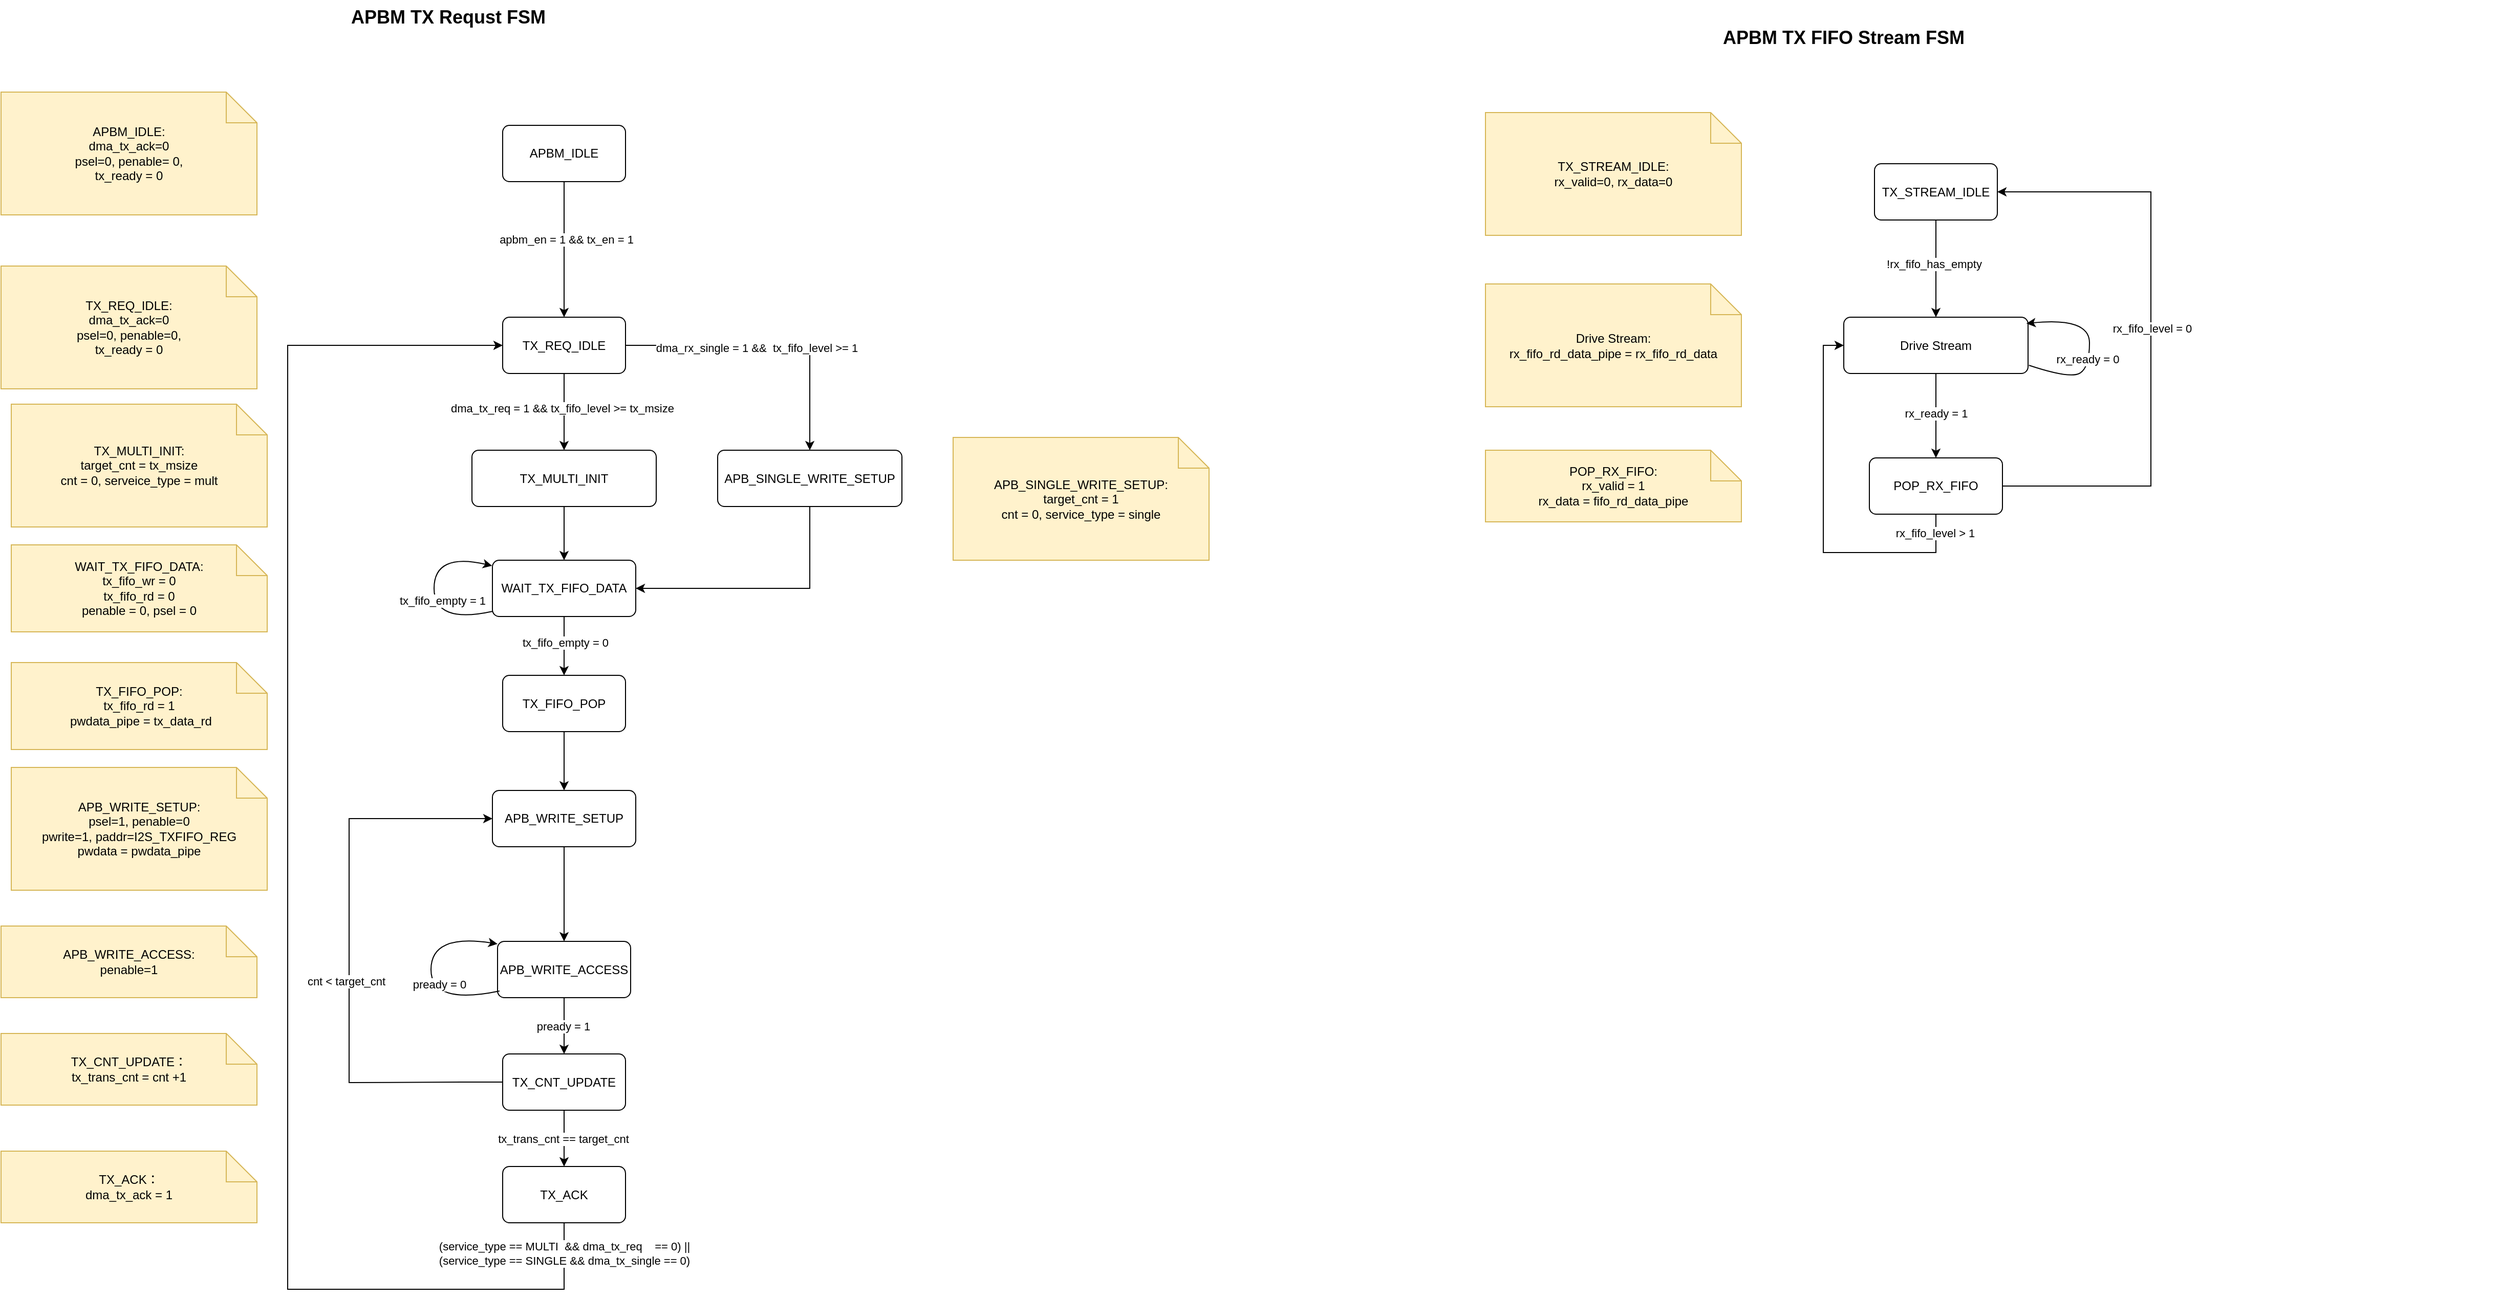
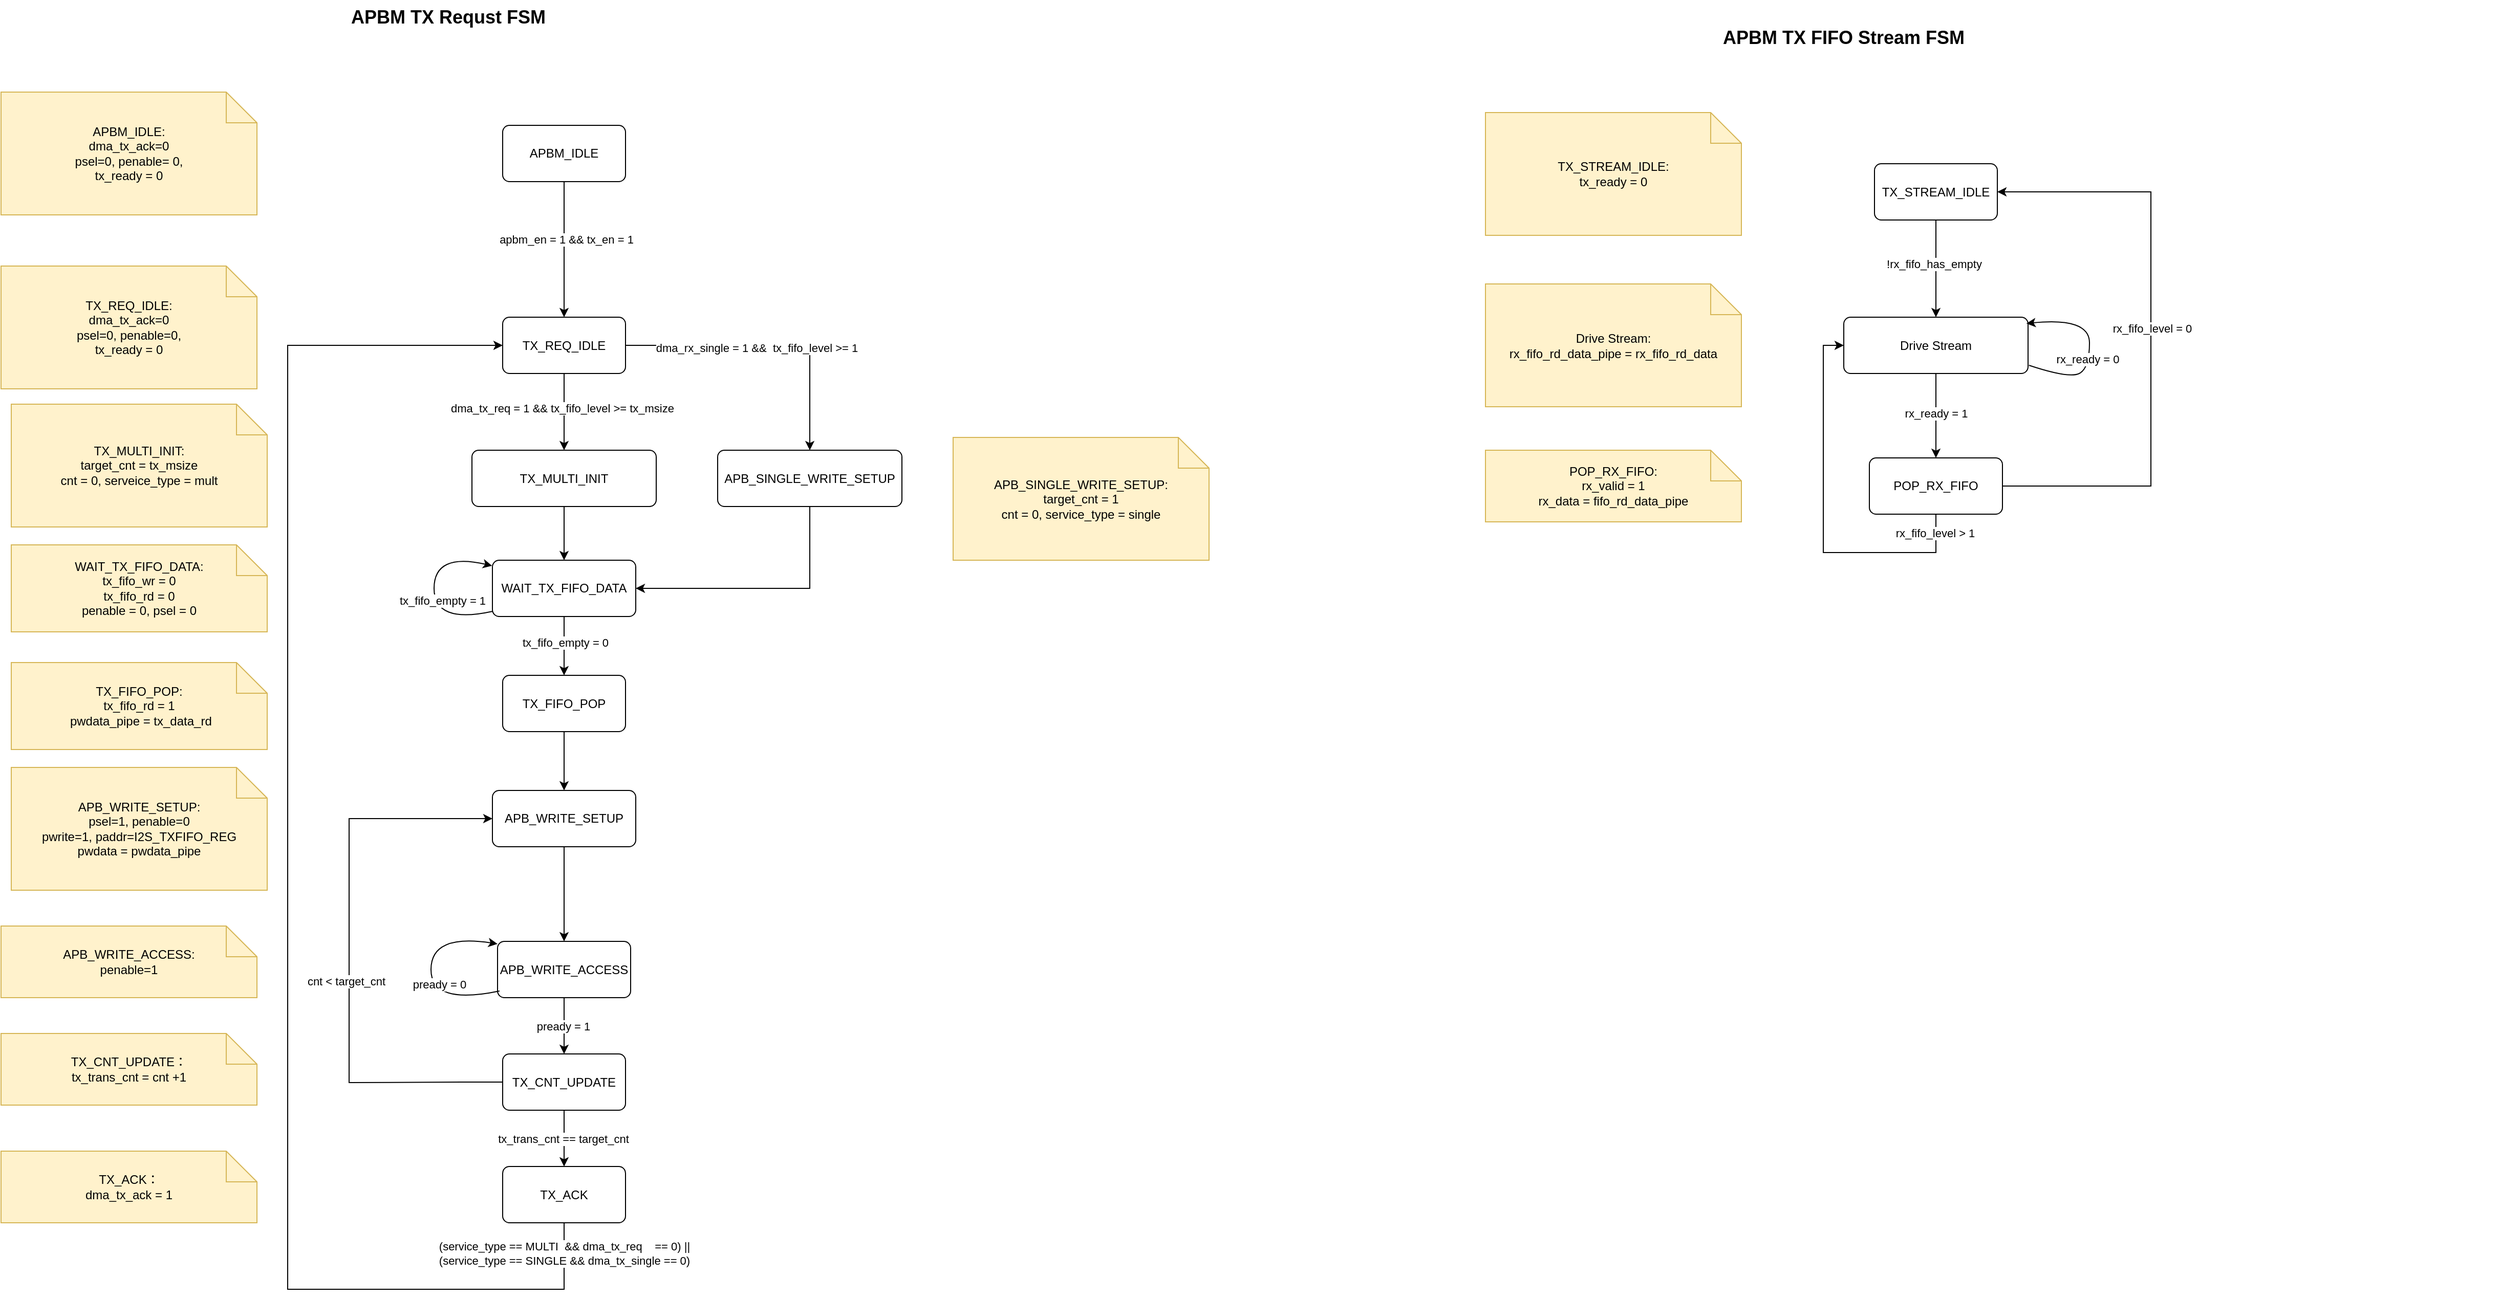
<mxfile host="app.diagrams.net">
  <diagram name="第 1 页" id="fH5n9Me7nUtPE_JYtTzi">
    <mxGraphModel dx="704" dy="397" grid="1" gridSize="10" guides="1" tooltips="1" connect="1" arrows="1" fold="1" page="1" pageScale="1" pageWidth="827" pageHeight="1169" math="0" shadow="0">
      <root>
        <mxCell id="0" />
        <mxCell id="1" parent="0" />
        <mxCell id="Ly1VW1kiYANL2SHkxWqd-1" parent="1" style="text;html=1;strokeColor=none;fillColor=none;fontSize=18;fontStyle=1;" value="APBM TX Requst FSM&amp;nbsp;&amp;nbsp;" vertex="1">
          <mxGeometry height="40" width="760" x="810" y="130" as="geometry" />
        </mxCell>
        <mxCell id="Ly1VW1kiYANL2SHkxWqd-2" parent="1" style="rounded=1;whiteSpace=wrap;html=1;arcSize=12;fillColor=#ffffff;strokeColor=#000000;" value="TX_REQ_IDLE" vertex="1">
          <mxGeometry height="55" width="120" x="960" y="440" as="geometry" />
        </mxCell>
        <mxCell id="Ly1VW1kiYANL2SHkxWqd-3" parent="1" style="rounded=1;whiteSpace=wrap;html=1;arcSize=12;fillColor=#ffffff;strokeColor=#000000;" value="APB_WRITE_SETUP" vertex="1">
          <mxGeometry height="55" width="140" x="950" y="902.5" as="geometry" />
        </mxCell>
        <mxCell id="Ly1VW1kiYANL2SHkxWqd-4" edge="1" parent="1" source="Ly1VW1kiYANL2SHkxWqd-2" style="endArrow=classic;html=1;rounded=0;exitX=0.5;exitY=1;exitDx=0;exitDy=0;entryX=0.5;entryY=0;entryDx=0;entryDy=0;" target="Ly1VW1kiYANL2SHkxWqd-40" value="">
          <mxGeometry height="50" relative="1" width="50" as="geometry">
            <mxPoint x="1040" y="560" as="sourcePoint" />
            <mxPoint x="1020" y="570" as="targetPoint" />
          </mxGeometry>
        </mxCell>
        <mxCell id="Ly1VW1kiYANL2SHkxWqd-5" connectable="0" parent="Ly1VW1kiYANL2SHkxWqd-4" style="edgeLabel;html=1;align=center;verticalAlign=middle;resizable=0;points=[];" value="dma_tx_req = 1 &amp;amp;&amp;amp; tx_fifo_level &amp;gt;= tx_msize" vertex="1">
          <mxGeometry relative="1" x="-0.0927" y="-2" as="geometry">
            <mxPoint as="offset" />
          </mxGeometry>
        </mxCell>
        <mxCell id="Ly1VW1kiYANL2SHkxWqd-6" parent="1" style="shape=note;whiteSpace=wrap;html=1;fillColor=#fff2cc;strokeColor=#d6b656;" value="APB_WRITE_SETUP:&lt;div&gt;psel=1, penable=0&lt;br&gt;pwrite=1, paddr=I2S_TXFIFO_REG&lt;/div&gt;&lt;div&gt;pwdata = pwdata_pipe&lt;/div&gt;" vertex="1">
          <mxGeometry height="120" width="250" x="480" y="880" as="geometry" />
        </mxCell>
        <mxCell id="Ly1VW1kiYANL2SHkxWqd-7" parent="1" style="rounded=1;whiteSpace=wrap;html=1;arcSize=12;fillColor=#ffffff;strokeColor=#000000;" value="APB_WRITE_ACCESS" vertex="1">
          <mxGeometry height="55" width="130" x="955" y="1050" as="geometry" />
        </mxCell>
        <mxCell id="Ly1VW1kiYANL2SHkxWqd-8" edge="1" parent="1" source="Ly1VW1kiYANL2SHkxWqd-3" style="endArrow=classic;html=1;rounded=0;exitX=0.5;exitY=1;exitDx=0;exitDy=0;entryX=0.5;entryY=0;entryDx=0;entryDy=0;" target="Ly1VW1kiYANL2SHkxWqd-7" value="">
          <mxGeometry height="50" relative="1" width="50" as="geometry">
            <mxPoint x="1030" y="1032.5" as="sourcePoint" />
            <mxPoint x="1080" y="982.5" as="targetPoint" />
          </mxGeometry>
        </mxCell>
        <mxCell id="Ly1VW1kiYANL2SHkxWqd-9" parent="1" style="shape=note;whiteSpace=wrap;html=1;fillColor=#fff2cc;strokeColor=#d6b656;" value="APB_WRITE_ACCESS:&lt;br&gt;penable=1" vertex="1">
          <mxGeometry height="70" width="250" x="470" y="1035" as="geometry" />
        </mxCell>
        <mxCell id="Ly1VW1kiYANL2SHkxWqd-10" edge="1" parent="1" source="Ly1VW1kiYANL2SHkxWqd-7" style="curved=1;endArrow=classic;html=1;rounded=0;exitX=0.015;exitY=0.881;exitDx=0;exitDy=0;entryX=0;entryY=0;entryDx=0;entryDy=0;exitPerimeter=0;" value="">
          <mxGeometry height="50" relative="1" width="50" as="geometry">
            <Array as="points">
              <mxPoint x="890" y="1112.5" />
              <mxPoint x="890" y="1042.5" />
            </Array>
            <mxPoint x="955" y="1107.5" as="sourcePoint" />
            <mxPoint x="955" y="1052.5" as="targetPoint" />
          </mxGeometry>
        </mxCell>
        <mxCell id="Ly1VW1kiYANL2SHkxWqd-11" connectable="0" parent="Ly1VW1kiYANL2SHkxWqd-10" style="edgeLabel;html=1;align=center;verticalAlign=middle;resizable=0;points=[];" value="pready = 0" vertex="1">
          <mxGeometry relative="1" x="-0.1215" y="-8" as="geometry">
            <mxPoint as="offset" />
          </mxGeometry>
        </mxCell>
        <mxCell id="Ly1VW1kiYANL2SHkxWqd-12" parent="1" style="rounded=1;whiteSpace=wrap;html=1;arcSize=12;fillColor=#ffffff;strokeColor=#000000;" value="WAIT_TX_FIFO_DATA" vertex="1">
          <mxGeometry height="55" width="140" x="950" y="677.5" as="geometry" />
        </mxCell>
        <mxCell id="Ly1VW1kiYANL2SHkxWqd-13" edge="1" parent="1" source="Ly1VW1kiYANL2SHkxWqd-7" style="endArrow=classic;html=1;rounded=0;exitX=0.5;exitY=1;exitDx=0;exitDy=0;entryX=0.5;entryY=0;entryDx=0;entryDy=0;" target="Ly1VW1kiYANL2SHkxWqd-47" value="">
          <mxGeometry height="50" relative="1" width="50" as="geometry">
            <mxPoint x="1010" y="1182.5" as="sourcePoint" />
            <mxPoint x="1020" y="1150" as="targetPoint" />
          </mxGeometry>
        </mxCell>
        <mxCell id="Ly1VW1kiYANL2SHkxWqd-14" connectable="0" parent="Ly1VW1kiYANL2SHkxWqd-13" style="edgeLabel;html=1;align=center;verticalAlign=middle;resizable=0;points=[];" value="pready = 1" vertex="1">
          <mxGeometry relative="1" x="0.0089" y="-1" as="geometry">
            <mxPoint as="offset" />
          </mxGeometry>
        </mxCell>
        <mxCell id="Ly1VW1kiYANL2SHkxWqd-15" parent="1" style="shape=note;whiteSpace=wrap;html=1;fillColor=#fff2cc;strokeColor=#d6b656;" value="WAIT_TX_FIFO_DATA:&lt;div&gt;tx_fifo_wr = 0&lt;/div&gt;&lt;div&gt;tx_fifo_rd = 0&lt;br&gt;&lt;/div&gt;&lt;div&gt;penable = 0, psel = 0&lt;/div&gt;" vertex="1">
          <mxGeometry height="85" width="250" x="480" y="662.5" as="geometry" />
        </mxCell>
        <mxCell id="Ly1VW1kiYANL2SHkxWqd-16" parent="1" style="rounded=1;whiteSpace=wrap;html=1;arcSize=12;fillColor=#ffffff;strokeColor=#000000;" value="TX_ACK" vertex="1">
          <mxGeometry height="55" width="120" x="960" y="1270" as="geometry" />
        </mxCell>
        <mxCell id="Ly1VW1kiYANL2SHkxWqd-17" edge="1" parent="1" source="Ly1VW1kiYANL2SHkxWqd-47" style="endArrow=classic;html=1;rounded=0;exitX=0.5;exitY=1;exitDx=0;exitDy=0;entryX=0.5;entryY=0;entryDx=0;entryDy=0;" target="Ly1VW1kiYANL2SHkxWqd-16" value="">
          <mxGeometry height="50" relative="1" width="50" as="geometry">
            <mxPoint x="1150.3600000000001" y="1105" as="sourcePoint" />
            <mxPoint x="1150" y="1140" as="targetPoint" />
          </mxGeometry>
        </mxCell>
        <mxCell id="Ly1VW1kiYANL2SHkxWqd-18" connectable="0" parent="Ly1VW1kiYANL2SHkxWqd-17" style="edgeLabel;html=1;align=center;verticalAlign=middle;resizable=0;points=[];" value="tx_trans_cnt == target_cnt" vertex="1">
          <mxGeometry relative="1" x="0.0089" y="-1" as="geometry">
            <mxPoint as="offset" />
          </mxGeometry>
        </mxCell>
        <mxCell id="Ly1VW1kiYANL2SHkxWqd-19" parent="1" style="shape=note;whiteSpace=wrap;html=1;fillColor=#fff2cc;strokeColor=#d6b656;" value="TX_ACK：&lt;div&gt;dma_tx_ack = 1&lt;/div&gt;" vertex="1">
          <mxGeometry height="70" width="250" x="470" y="1255" as="geometry" />
        </mxCell>
        <mxCell id="Ly1VW1kiYANL2SHkxWqd-20" parent="1" style="shape=note;whiteSpace=wrap;html=1;fillColor=#fff2cc;strokeColor=#d6b656;" value="TX_REQ_IDLE:&lt;div&gt;dma_tx_ack=0&lt;/div&gt;&lt;div&gt;psel=0, penable=0,&lt;br&gt;&lt;/div&gt;&lt;div&gt;tx_ready = 0&lt;br&gt;&lt;/div&gt;" vertex="1">
          <mxGeometry height="120" width="250" x="470" y="390" as="geometry" />
        </mxCell>
        <mxCell id="Ly1VW1kiYANL2SHkxWqd-21" edge="1" parent="1" source="Ly1VW1kiYANL2SHkxWqd-16" style="endArrow=classic;html=1;rounded=0;exitX=0.5;exitY=1;exitDx=0;exitDy=0;edgeStyle=orthogonalEdgeStyle;entryX=0;entryY=0.5;entryDx=0;entryDy=0;" target="Ly1VW1kiYANL2SHkxWqd-2" value="">
          <mxGeometry height="50" relative="1" width="50" as="geometry">
            <Array as="points">
              <mxPoint x="1020" y="1390" />
              <mxPoint x="750" y="1390" />
              <mxPoint x="750" y="467" />
            </Array>
            <mxPoint x="909.95" y="1052.5" as="sourcePoint" />
            <mxPoint x="850" y="465" as="targetPoint" />
          </mxGeometry>
        </mxCell>
        <mxCell id="Ly1VW1kiYANL2SHkxWqd-22" connectable="0" parent="Ly1VW1kiYANL2SHkxWqd-21" style="edgeLabel;html=1;align=center;verticalAlign=middle;resizable=0;points=[];" value="&lt;div&gt;(service_type == MULTI&amp;nbsp; &amp;amp;&amp;amp; dma_tx_req&amp;nbsp; &amp;nbsp; == 0) ||&lt;/div&gt;&lt;div&gt;(service_type == SINGLE &amp;amp;&amp;amp; dma_tx_single == 0)&lt;/div&gt;" vertex="1">
          <mxGeometry relative="1" x="-0.9589" as="geometry">
            <mxPoint as="offset" />
          </mxGeometry>
        </mxCell>
        <mxCell id="Ly1VW1kiYANL2SHkxWqd-23" edge="1" parent="1" source="Ly1VW1kiYANL2SHkxWqd-2" style="endArrow=classic;html=1;rounded=0;exitX=1;exitY=0.5;exitDx=0;exitDy=0;edgeStyle=orthogonalEdgeStyle;entryX=0.5;entryY=0;entryDx=0;entryDy=0;" target="Ly1VW1kiYANL2SHkxWqd-25" value="">
          <mxGeometry height="50" relative="1" width="50" as="geometry">
            <mxPoint x="1250" y="540" as="sourcePoint" />
            <mxPoint x="1260" y="560" as="targetPoint" />
          </mxGeometry>
        </mxCell>
        <mxCell id="Ly1VW1kiYANL2SHkxWqd-24" connectable="0" parent="Ly1VW1kiYANL2SHkxWqd-23" style="edgeLabel;html=1;align=center;verticalAlign=middle;resizable=0;points=[];" value="dma_rx_single = 1 &amp;amp;&amp;amp;&amp;nbsp; tx_fifo_level &amp;gt;= 1" vertex="1">
          <mxGeometry relative="1" x="-0.0927" y="-2" as="geometry">
            <mxPoint as="offset" />
          </mxGeometry>
        </mxCell>
        <mxCell id="Ly1VW1kiYANL2SHkxWqd-25" parent="1" style="rounded=1;whiteSpace=wrap;html=1;arcSize=12;fillColor=#ffffff;strokeColor=#000000;" value="APB_SINGLE_WRITE_SETUP" vertex="1">
          <mxGeometry height="55" width="180" x="1170" y="570" as="geometry" />
        </mxCell>
        <mxCell id="Ly1VW1kiYANL2SHkxWqd-26" parent="1" style="shape=note;whiteSpace=wrap;html=1;fillColor=#fff2cc;strokeColor=#d6b656;" value="APB_SINGLE_WRITE_SETUP:&lt;div&gt;target_cnt = 1&lt;br&gt;cnt = 0, service_type = single&lt;/div&gt;" vertex="1">
          <mxGeometry height="120" width="250" x="1400" y="557.5" as="geometry" />
        </mxCell>
        <mxCell id="Ly1VW1kiYANL2SHkxWqd-27" edge="1" parent="1" source="Ly1VW1kiYANL2SHkxWqd-25" style="endArrow=classic;html=1;rounded=0;exitX=0.5;exitY=1;exitDx=0;exitDy=0;edgeStyle=orthogonalEdgeStyle;entryX=1;entryY=0.5;entryDx=0;entryDy=0;" target="Ly1VW1kiYANL2SHkxWqd-12" value="">
          <mxGeometry height="50" relative="1" width="50" as="geometry">
            <mxPoint x="1230" y="950" as="sourcePoint" />
            <mxPoint x="1210" y="680" as="targetPoint" />
          </mxGeometry>
        </mxCell>
        <mxCell id="Ly1VW1kiYANL2SHkxWqd-28" parent="1" style="rounded=1;whiteSpace=wrap;html=1;arcSize=12;fillColor=#ffffff;strokeColor=#000000;" value="TX_FIFO_POP" vertex="1">
          <mxGeometry height="55" width="120" x="960" y="790" as="geometry" />
        </mxCell>
        <mxCell id="Ly1VW1kiYANL2SHkxWqd-29" edge="1" parent="1" source="Ly1VW1kiYANL2SHkxWqd-12" style="endArrow=classic;html=1;rounded=0;exitX=0.5;exitY=1;exitDx=0;exitDy=0;entryX=0.5;entryY=0;entryDx=0;entryDy=0;" target="Ly1VW1kiYANL2SHkxWqd-28" value="">
          <mxGeometry height="50" relative="1" width="50" as="geometry">
            <mxPoint x="1090" y="797.5" as="sourcePoint" />
            <mxPoint x="1040" y="787.5" as="targetPoint" />
          </mxGeometry>
        </mxCell>
        <mxCell id="Ly1VW1kiYANL2SHkxWqd-30" connectable="0" parent="Ly1VW1kiYANL2SHkxWqd-29" style="edgeLabel;html=1;align=center;verticalAlign=middle;resizable=0;points=[];" value="tx_fifo_empty = 0" vertex="1">
          <mxGeometry relative="1" x="-0.1138" y="1" as="geometry">
            <mxPoint as="offset" />
          </mxGeometry>
        </mxCell>
        <mxCell id="Ly1VW1kiYANL2SHkxWqd-31" edge="1" parent="1" style="curved=1;endArrow=classic;html=1;rounded=0;entryX=-0.002;entryY=0.099;entryDx=0;entryDy=0;entryPerimeter=0;" target="Ly1VW1kiYANL2SHkxWqd-12" value="">
          <mxGeometry height="50" relative="1" width="50" as="geometry">
            <Array as="points">
              <mxPoint x="893" y="740" />
              <mxPoint x="893" y="670" />
            </Array>
            <mxPoint x="950" y="727.5" as="sourcePoint" />
            <mxPoint x="958" y="680" as="targetPoint" />
          </mxGeometry>
        </mxCell>
        <mxCell id="Ly1VW1kiYANL2SHkxWqd-32" connectable="0" parent="Ly1VW1kiYANL2SHkxWqd-31" style="edgeLabel;html=1;align=center;verticalAlign=middle;resizable=0;points=[];" value="tx_fifo_empty = 1" vertex="1">
          <mxGeometry relative="1" x="-0.1215" y="-8" as="geometry">
            <mxPoint as="offset" />
          </mxGeometry>
        </mxCell>
        <mxCell id="Ly1VW1kiYANL2SHkxWqd-33" parent="1" style="shape=note;whiteSpace=wrap;html=1;fillColor=#fff2cc;strokeColor=#d6b656;" value="TX_FIFO_POP:&lt;div&gt;tx_fifo_rd = 1&lt;br&gt;&lt;div&gt;&amp;nbsp;pwdata_pipe = tx_data_rd&lt;/div&gt;&lt;/div&gt;" vertex="1">
          <mxGeometry height="85" width="250" x="480" y="777.5" as="geometry" />
        </mxCell>
        <mxCell id="Ly1VW1kiYANL2SHkxWqd-34" parent="1" style="rounded=1;whiteSpace=wrap;html=1;arcSize=12;fillColor=#ffffff;strokeColor=#000000;" value="APBM_IDLE" vertex="1">
          <mxGeometry height="55" width="120" x="960" y="252.5" as="geometry" />
        </mxCell>
        <mxCell id="Ly1VW1kiYANL2SHkxWqd-35" edge="1" parent="1" source="Ly1VW1kiYANL2SHkxWqd-34" style="endArrow=classic;html=1;rounded=0;exitX=0.5;exitY=1;exitDx=0;exitDy=0;" target="Ly1VW1kiYANL2SHkxWqd-2" value="">
          <mxGeometry height="50" relative="1" width="50" as="geometry">
            <mxPoint x="1060" y="360" as="sourcePoint" />
            <mxPoint x="1110" y="310" as="targetPoint" />
          </mxGeometry>
        </mxCell>
        <mxCell id="Ly1VW1kiYANL2SHkxWqd-36" connectable="0" parent="Ly1VW1kiYANL2SHkxWqd-35" style="edgeLabel;html=1;align=center;verticalAlign=middle;resizable=0;points=[];" value="apbm_en = 1 &amp;amp;&amp;amp; tx_en = 1" vertex="1">
          <mxGeometry relative="1" x="-0.1446" y="2" as="geometry">
            <mxPoint as="offset" />
          </mxGeometry>
        </mxCell>
        <mxCell id="Ly1VW1kiYANL2SHkxWqd-37" parent="1" style="shape=note;whiteSpace=wrap;html=1;fillColor=#fff2cc;strokeColor=#d6b656;" value="APBM_IDLE:&lt;div&gt;dma_tx_ack=0&lt;/div&gt;&lt;div&gt;psel=0, penable= 0,&lt;br&gt;&lt;/div&gt;&lt;div&gt;tx_ready = 0&lt;/div&gt;" vertex="1">
          <mxGeometry height="120" width="250" x="470" y="220" as="geometry" />
        </mxCell>
        <mxCell id="Ly1VW1kiYANL2SHkxWqd-38" edge="1" parent="1" source="Ly1VW1kiYANL2SHkxWqd-47" style="endArrow=classic;html=1;rounded=0;edgeStyle=orthogonalEdgeStyle;entryX=0;entryY=0.5;entryDx=0;entryDy=0;exitX=0;exitY=0.5;exitDx=0;exitDy=0;" target="Ly1VW1kiYANL2SHkxWqd-3" value="">
          <mxGeometry height="50" relative="1" width="50" as="geometry">
            <Array as="points">
              <mxPoint x="920" y="1187" />
              <mxPoint x="810" y="1188" />
              <mxPoint x="810" y="930" />
            </Array>
            <mxPoint x="920" y="1150" as="sourcePoint" />
            <mxPoint x="800" y="810" as="targetPoint" />
          </mxGeometry>
        </mxCell>
        <mxCell id="Ly1VW1kiYANL2SHkxWqd-39" connectable="0" parent="Ly1VW1kiYANL2SHkxWqd-38" style="edgeLabel;html=1;align=center;verticalAlign=middle;resizable=0;points=[];" value="cnt &amp;lt; target_cnt" vertex="1">
          <mxGeometry relative="1" x="-0.0902" y="3" as="geometry">
            <mxPoint as="offset" />
          </mxGeometry>
        </mxCell>
        <mxCell id="Ly1VW1kiYANL2SHkxWqd-40" parent="1" style="rounded=1;whiteSpace=wrap;html=1;arcSize=12;fillColor=#ffffff;strokeColor=#000000;" value="TX_MULTI_INIT" vertex="1">
          <mxGeometry height="55" width="180" x="930" y="570" as="geometry" />
        </mxCell>
        <mxCell id="Ly1VW1kiYANL2SHkxWqd-41" edge="1" parent="1" source="Ly1VW1kiYANL2SHkxWqd-40" style="endArrow=classic;html=1;rounded=0;exitX=0.5;exitY=1;exitDx=0;exitDy=0;entryX=0.5;entryY=0;entryDx=0;entryDy=0;" target="Ly1VW1kiYANL2SHkxWqd-12" value="">
          <mxGeometry height="50" relative="1" width="50" as="geometry">
            <mxPoint x="1010" y="640" as="sourcePoint" />
            <mxPoint x="1020" y="670" as="targetPoint" />
          </mxGeometry>
        </mxCell>
        <mxCell id="Ly1VW1kiYANL2SHkxWqd-42" parent="1" style="shape=note;whiteSpace=wrap;html=1;fillColor=#fff2cc;strokeColor=#d6b656;" value="TX_MULTI_INIT:&lt;div&gt;target_cnt = tx_msize&lt;br&gt;cnt = 0, serveice_type = mult&lt;/div&gt;" vertex="1">
          <mxGeometry height="120" width="250" x="480" y="525" as="geometry" />
        </mxCell>
        <mxCell id="Ly1VW1kiYANL2SHkxWqd-45" edge="1" parent="1" source="Ly1VW1kiYANL2SHkxWqd-28" style="endArrow=classic;html=1;rounded=0;exitX=0.5;exitY=1;exitDx=0;exitDy=0;" target="Ly1VW1kiYANL2SHkxWqd-3" value="">
          <mxGeometry height="50" relative="1" width="50" as="geometry">
            <mxPoint x="1019.5699999999999" y="845" as="sourcePoint" />
            <mxPoint x="1019.5699999999999" y="902" as="targetPoint" />
          </mxGeometry>
        </mxCell>
        <mxCell id="Ly1VW1kiYANL2SHkxWqd-47" parent="1" style="rounded=1;whiteSpace=wrap;html=1;arcSize=12;fillColor=#ffffff;strokeColor=#000000;" value="TX_CNT_UPDATE" vertex="1">
          <mxGeometry height="55" width="120" x="960" y="1160" as="geometry" />
        </mxCell>
        <mxCell id="Ly1VW1kiYANL2SHkxWqd-48" parent="1" style="shape=note;whiteSpace=wrap;html=1;fillColor=#fff2cc;strokeColor=#d6b656;" value="TX_CNT_UPDATE：&lt;div&gt;tx_trans_cnt = cnt +1&lt;/div&gt;" vertex="1">
          <mxGeometry height="70" width="250" x="470" y="1140" as="geometry" />
        </mxCell>
        <mxCell id="Ly1VW1kiYANL2SHkxWqd-49" parent="1" style="text;html=1;strokeColor=none;fillColor=none;fontSize=18;fontStyle=1;" value="APBM TX FIFO Stream FSM&amp;nbsp;&amp;nbsp;" vertex="1">
          <mxGeometry height="40" width="760" x="2150" y="150" as="geometry" />
        </mxCell>
        <mxCell id="Ly1VW1kiYANL2SHkxWqd-50" parent="1" style="rounded=1;whiteSpace=wrap;html=1;arcSize=12;fillColor=#ffffff;strokeColor=#000000;" value="TX_STREAM_IDLE" vertex="1">
          <mxGeometry height="55" width="120" x="2300" y="290" as="geometry" />
        </mxCell>
        <mxCell id="Ly1VW1kiYANL2SHkxWqd-51" parent="1" style="rounded=1;whiteSpace=wrap;html=1;arcSize=12;fillColor=#ffffff;strokeColor=#000000;" value="Drive Stream" vertex="1">
          <mxGeometry height="55" width="180" x="2270" y="440" as="geometry" />
        </mxCell>
        <mxCell id="Ly1VW1kiYANL2SHkxWqd-52" edge="1" parent="1" source="Ly1VW1kiYANL2SHkxWqd-50" style="endArrow=classic;html=1;rounded=0;exitX=0.5;exitY=1;exitDx=0;exitDy=0;entryX=0.5;entryY=0;entryDx=0;entryDy=0;" target="Ly1VW1kiYANL2SHkxWqd-51" value="">
          <mxGeometry height="50" relative="1" width="50" as="geometry">
            <mxPoint x="2380" y="410" as="sourcePoint" />
            <mxPoint x="2430" y="360" as="targetPoint" />
          </mxGeometry>
        </mxCell>
        <mxCell id="Ly1VW1kiYANL2SHkxWqd-53" connectable="0" parent="Ly1VW1kiYANL2SHkxWqd-52" style="edgeLabel;html=1;align=center;verticalAlign=middle;resizable=0;points=[];" value="!rx_fifo_has_empty" vertex="1">
          <mxGeometry relative="1" x="-0.0927" y="-2" as="geometry">
            <mxPoint as="offset" />
          </mxGeometry>
        </mxCell>
        <mxCell id="Ly1VW1kiYANL2SHkxWqd-54" parent="1" style="shape=note;whiteSpace=wrap;html=1;fillColor=#fff2cc;strokeColor=#d6b656;" value="Drive Stream:&lt;div&gt;rx_fifo_rd_data_pipe = rx_fifo_rd_data&lt;br&gt;&lt;/div&gt;" vertex="1">
          <mxGeometry height="120" width="250" x="1920" y="407.5" as="geometry" />
        </mxCell>
        <mxCell id="Ly1VW1kiYANL2SHkxWqd-55" parent="1" style="rounded=1;whiteSpace=wrap;html=1;arcSize=12;fillColor=#ffffff;strokeColor=#000000;" value="POP_RX_FIFO" vertex="1">
          <mxGeometry height="55" width="130" x="2295" y="577.5" as="geometry" />
        </mxCell>
        <mxCell id="Ly1VW1kiYANL2SHkxWqd-56" edge="1" parent="1" source="Ly1VW1kiYANL2SHkxWqd-51" style="endArrow=classic;html=1;rounded=0;exitX=0.5;exitY=1;exitDx=0;exitDy=0;entryX=0.5;entryY=0;entryDx=0;entryDy=0;" target="Ly1VW1kiYANL2SHkxWqd-55" value="">
          <mxGeometry height="50" relative="1" width="50" as="geometry">
            <mxPoint x="2370" y="560" as="sourcePoint" />
            <mxPoint x="2420" y="510" as="targetPoint" />
          </mxGeometry>
        </mxCell>
        <mxCell id="Ly1VW1kiYANL2SHkxWqd-57" connectable="0" parent="Ly1VW1kiYANL2SHkxWqd-56" style="edgeLabel;html=1;align=center;verticalAlign=middle;resizable=0;points=[];" value="rx_ready = 1" vertex="1">
          <mxGeometry relative="1" x="-0.0537" as="geometry">
            <mxPoint as="offset" />
          </mxGeometry>
        </mxCell>
        <mxCell id="Ly1VW1kiYANL2SHkxWqd-58" parent="1" style="shape=note;whiteSpace=wrap;html=1;fillColor=#fff2cc;strokeColor=#d6b656;" value="POP_RX_FIFO:&lt;div&gt;rx_valid = 1&lt;/div&gt;&lt;div&gt;rx_data = fifo_rd_data_pipe&lt;/div&gt;" vertex="1">
          <mxGeometry height="70" width="250" x="1920" y="570" as="geometry" />
        </mxCell>
-         <mxCell id="Ly1VW1kiYANL2SHkxWqd-59" parent="1" style="shape=note;whiteSpace=wrap;html=1;fillColor=#fff2cc;strokeColor=#d6b656;" value="TX_STREAM_IDLE:&lt;div&gt;rx_valid=0, rx_data=0&lt;/div&gt;" vertex="1">
+         <mxCell id="Ly1VW1kiYANL2SHkxWqd-59" parent="1" style="shape=note;whiteSpace=wrap;html=1;fillColor=#fff2cc;strokeColor=#d6b656;" value="TX_STREAM_IDLE:&lt;div&gt;tx_ready = 0&lt;/div&gt;" vertex="1">
          <mxGeometry height="120" width="250" x="1920" y="240" as="geometry" />
        </mxCell>
        <mxCell id="Ly1VW1kiYANL2SHkxWqd-60" edge="1" parent="1" source="Ly1VW1kiYANL2SHkxWqd-55" style="endArrow=classic;html=1;rounded=0;exitX=0.5;exitY=1;exitDx=0;exitDy=0;entryX=0;entryY=0.5;entryDx=0;entryDy=0;edgeStyle=orthogonalEdgeStyle;" target="Ly1VW1kiYANL2SHkxWqd-51" value="">
          <mxGeometry height="50" relative="1" width="50" as="geometry">
            <Array as="points">
              <mxPoint x="2360" y="670" />
              <mxPoint x="2250" y="670" />
              <mxPoint x="2250" y="468" />
            </Array>
            <mxPoint x="2550" y="570" as="sourcePoint" />
            <mxPoint x="2600" y="520" as="targetPoint" />
          </mxGeometry>
        </mxCell>
        <mxCell id="Ly1VW1kiYANL2SHkxWqd-61" connectable="0" parent="Ly1VW1kiYANL2SHkxWqd-60" style="edgeLabel;html=1;align=center;verticalAlign=middle;resizable=0;points=[];" value="rx_fifo_level &amp;gt; 1" vertex="1">
          <mxGeometry relative="1" x="-0.9016" y="-1" as="geometry">
            <mxPoint as="offset" />
          </mxGeometry>
        </mxCell>
        <mxCell id="Ly1VW1kiYANL2SHkxWqd-62" edge="1" parent="1" source="Ly1VW1kiYANL2SHkxWqd-55" style="endArrow=classic;html=1;rounded=0;exitX=1;exitY=0.5;exitDx=0;exitDy=0;entryX=1;entryY=0.5;entryDx=0;entryDy=0;edgeStyle=orthogonalEdgeStyle;" target="Ly1VW1kiYANL2SHkxWqd-50" value="">
          <mxGeometry height="50" relative="1" width="50" as="geometry">
            <Array as="points">
              <mxPoint x="2570" y="605" />
              <mxPoint x="2570" y="318" />
            </Array>
            <mxPoint x="2510" y="600" as="sourcePoint" />
            <mxPoint x="2560" y="550" as="targetPoint" />
          </mxGeometry>
        </mxCell>
        <mxCell id="Ly1VW1kiYANL2SHkxWqd-63" connectable="0" parent="Ly1VW1kiYANL2SHkxWqd-62" style="edgeLabel;html=1;align=center;verticalAlign=middle;resizable=0;points=[];" value="rx_fifo_level = 0" vertex="1">
          <mxGeometry relative="1" x="0.0267" y="-1" as="geometry">
            <mxPoint as="offset" />
          </mxGeometry>
        </mxCell>
        <mxCell id="Ly1VW1kiYANL2SHkxWqd-64" edge="1" parent="1" source="Ly1VW1kiYANL2SHkxWqd-51" style="curved=1;endArrow=classic;html=1;rounded=0;entryX=0.991;entryY=0.112;entryDx=0;entryDy=0;exitX=1.005;exitY=0.854;exitDx=0;exitDy=0;exitPerimeter=0;entryPerimeter=0;" target="Ly1VW1kiYANL2SHkxWqd-51" value="">
          <mxGeometry height="50" relative="1" width="50" as="geometry">
            <Array as="points">
              <mxPoint x="2490" y="500" />
              <mxPoint x="2510" y="490" />
              <mxPoint x="2510" y="440" />
            </Array>
            <mxPoint x="2460" y="560" as="sourcePoint" />
            <mxPoint x="2510" y="510" as="targetPoint" />
          </mxGeometry>
        </mxCell>
        <mxCell id="Ly1VW1kiYANL2SHkxWqd-65" connectable="0" parent="Ly1VW1kiYANL2SHkxWqd-64" style="edgeLabel;html=1;align=center;verticalAlign=middle;resizable=0;points=[];" value="rx_ready = 0" vertex="1">
          <mxGeometry relative="1" x="-0.1698" y="2" as="geometry">
            <mxPoint as="offset" />
          </mxGeometry>
        </mxCell>
      </root>
    </mxGraphModel>
  </diagram>
</mxfile>
